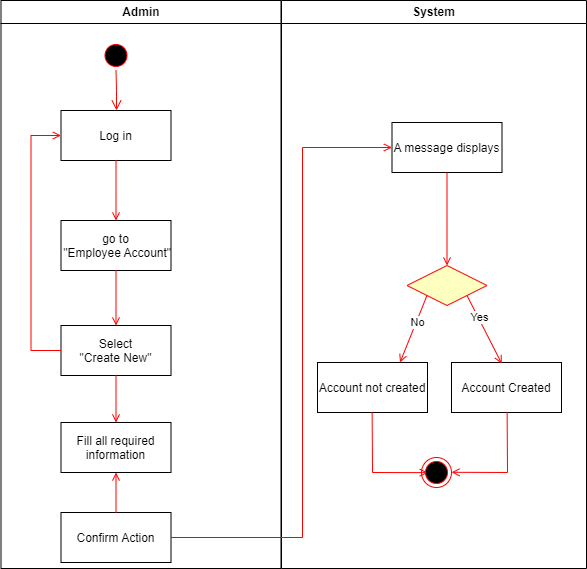
Above: Activity Diagrams/Create Employee Activity Diagram.drawio.png in Arisa-Ndreu/AEMS--Project (draw.io), before the change. Source tidied: cells renumbered, new cells last; positions are measured from the earlier drawing's top-left corner, leaving out a move shared by most shapes.
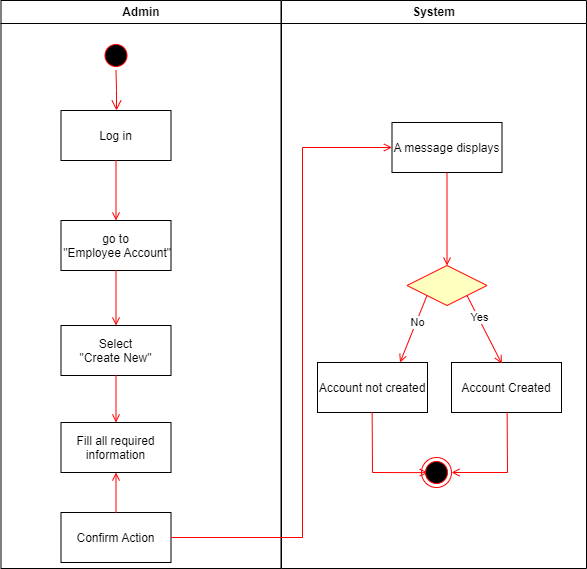
After the commit.

Change to the diagram source:
```diff
@@ -26,13 +26,6 @@
     <mxCell id="9" style="endArrow=open;strokeColor=#FF0000;endFill=1;rounded=0;" parent="2" edge="1" source="6" target="8">
       <mxGeometry relative="1" as="geometry" />
     </mxCell>
-    <mxCell id="10" style="edgeStyle=elbowEdgeStyle;elbow=horizontal;strokeColor=#FF0000;endArrow=open;endFill=1;rounded=0;" parent="2" edge="1" source="8" target="5">
-      <mxGeometry relative="1" as="geometry">
-        <Array as="points">
-          <mxPoint x="30" y="250" />
-        </Array>
-      </mxGeometry>
-    </mxCell>
     <mxCell id="11" value="Fill all required &#10;information" parent="2" vertex="1">
       <mxGeometry x="60" y="422" width="110" height="50" as="geometry" />
     </mxCell>
```
